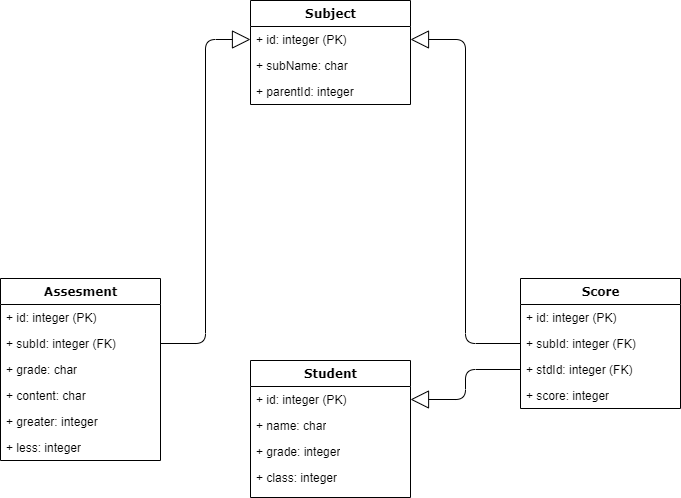
chlwodud77/student-assesment-manager keeps this draw.io diagram as dbschema.png. Above is the earlier version. Source tidied: cells renumbered, new cells last; positions are measured from the earlier drawing's top-left corner, leaving out a move shared by most shapes.
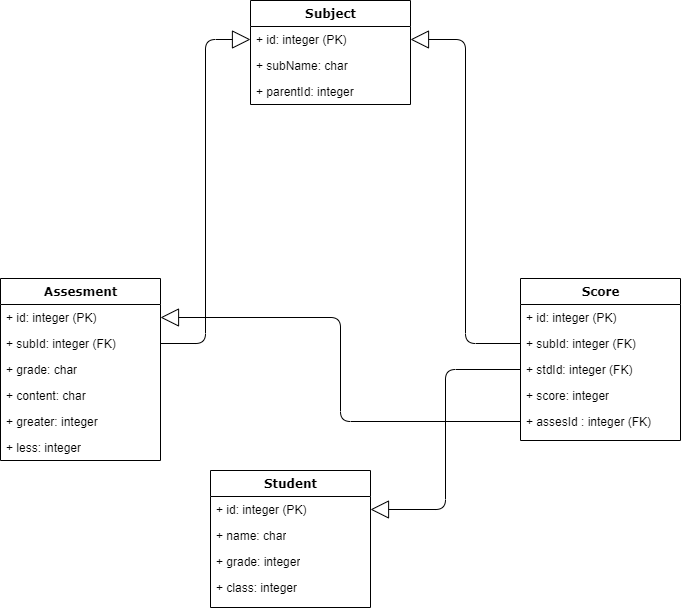
Above is the later version.

Diff of the diagram source:
```diff
@@ -45,7 +45,7 @@
       <mxGeometry y="156" width="160" height="26" as="geometry" />
     </mxCell>
     <mxCell id="16" value="Score" style="swimlane;html=1;fontStyle=1;align=center;verticalAlign=top;horizontal=1;startSize=26;swimlaneFillColor=#ffffff;rounded=0;shadow=0;comic=0;labelBackgroundColor=none;strokeWidth=1;fillColor=none;fontFamily=Verdana;fontSize=12;" parent="1" vertex="1">
-      <mxGeometry x="520" y="278" width="160" height="130" as="geometry" />
+      <mxGeometry x="520" y="278" width="160" height="162" as="geometry" />
     </mxCell>
     <mxCell id="17" value="+ id: integer (PK)" style="text;html=1;strokeColor=none;fillColor=none;align=left;verticalAlign=top;spacingLeft=4;spacingRight=4;whiteSpace=wrap;overflow=hidden;" parent="16" vertex="1">
       <mxGeometry y="26" width="160" height="26" as="geometry" />
@@ -59,8 +59,14 @@
     <mxCell id="20" value="+ score: integer" style="text;html=1;strokeColor=none;fillColor=none;align=left;verticalAlign=top;spacingLeft=4;spacingRight=4;whiteSpace=wrap;overflow=hidden;" parent="16" vertex="1">
       <mxGeometry y="104" width="160" height="26" as="geometry" />
     </mxCell>
+    <mxCell id="26" value="+ assesId : integer (FK)" style="text;html=1;strokeColor=none;fillColor=none;align=left;verticalAlign=top;spacingLeft=4;spacingRight=4;whiteSpace=wrap;overflow=hidden;points=[[0,0.5],[1,0.5]];portConstraint=eastwest;" parent="16" vertex="1">
+      <mxGeometry y="130" width="160" height="26" as="geometry" />
+    </mxCell>
+    <mxCell id="27" style="edgeStyle=orthogonalEdgeStyle;html=1;labelBackgroundColor=none;startFill=0;startSize=8;endArrow=block;endFill=0;endSize=16;fontFamily=Verdana;fontSize=12;" parent="1" edge="1" source="26" target="10">
+      <mxGeometry relative="1" as="geometry" />
+    </mxCell>
     <mxCell id="21" value="Student" style="swimlane;html=1;fontStyle=1;align=center;verticalAlign=top;horizontal=1;startSize=26;swimlaneFillColor=#ffffff;rounded=0;shadow=0;comic=0;labelBackgroundColor=none;strokeWidth=1;fillColor=none;fontFamily=Verdana;fontSize=12;" parent="1" vertex="1">
-      <mxGeometry x="250" y="360" width="160" height="137" as="geometry" />
+      <mxGeometry x="210" y="470" width="160" height="137" as="geometry" />
     </mxCell>
     <mxCell id="22" value="+ id: integer (PK)" style="text;html=1;strokeColor=none;fillColor=none;align=left;verticalAlign=top;spacingLeft=4;spacingRight=4;whiteSpace=wrap;overflow=hidden;points=[[0,0.5],[1,0.5]];portConstraint=eastwest;" parent="21" vertex="1">
       <mxGeometry y="26" width="160" height="26" as="geometry" />
```
